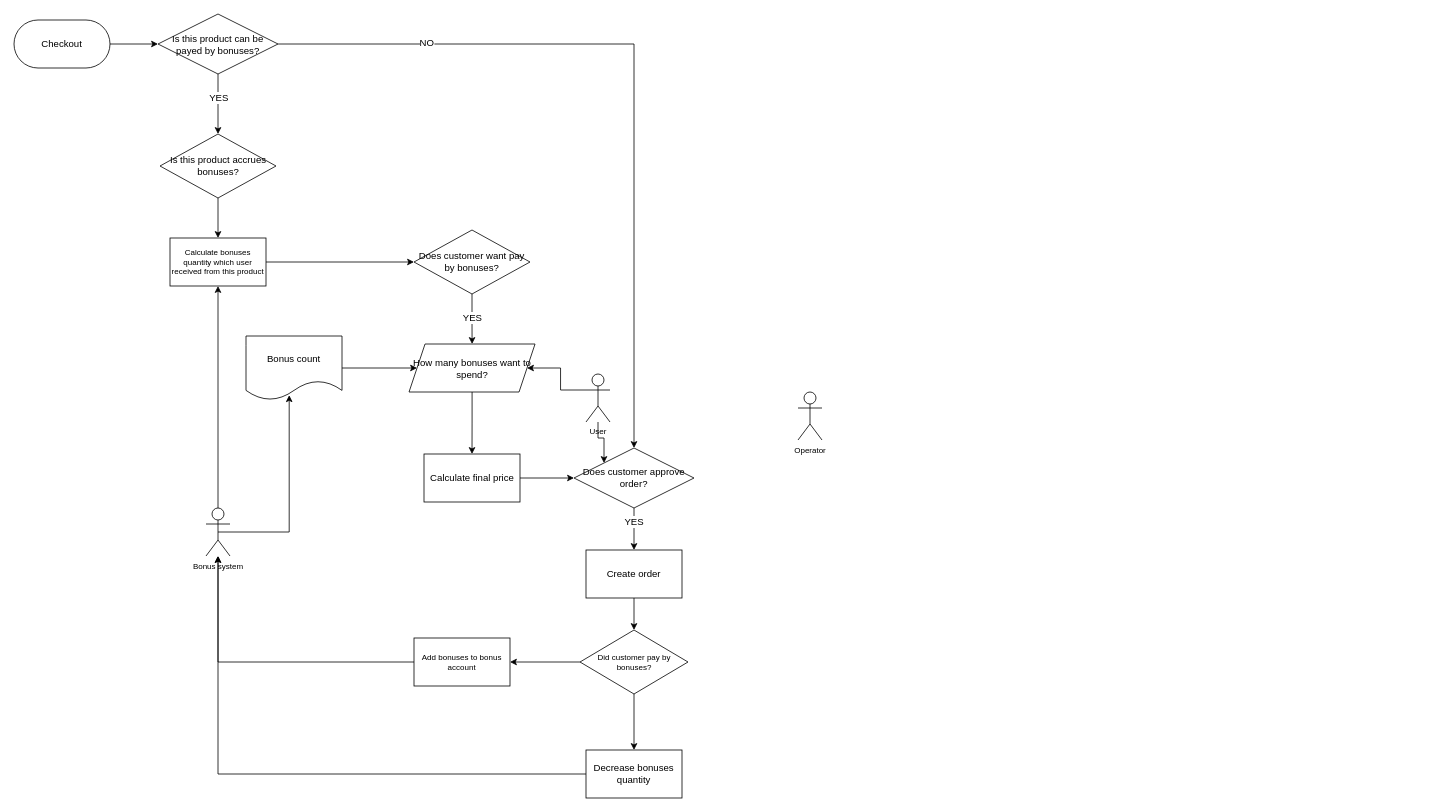
Earlier version of the draw.io diagram block.drawio (incfl0w/drawio). Source tidied: cells renumbered, new cells numbered last; positions are measured from the earlier drawing's top-left corner, leaving out a move shared by most shapes. Both pictures are drawn from the tidied source at 80%, with x=0, y=0 at pixel (14, 14).
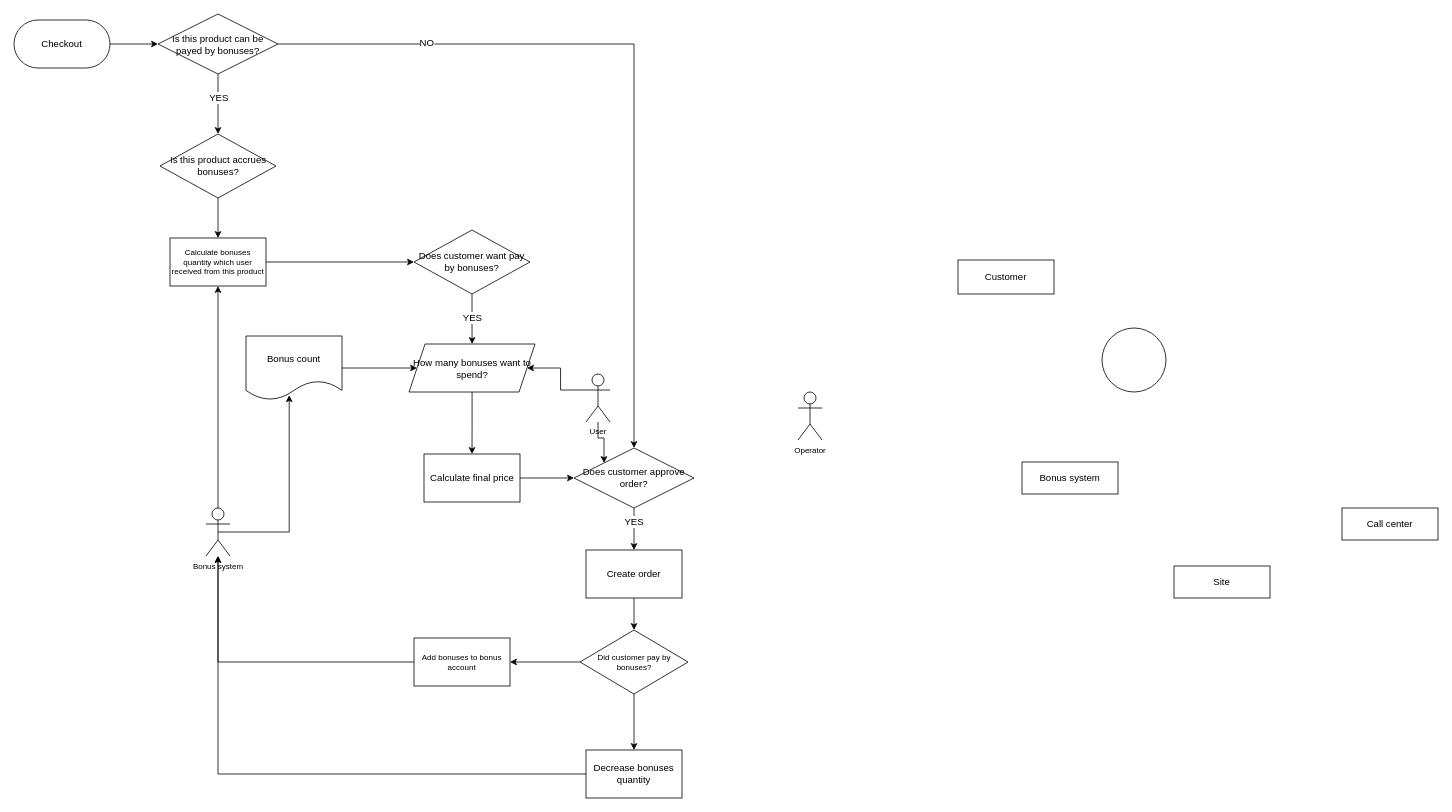
The same diagram, later.

Change to the diagram source:
```diff
@@
+    <mxCell id="41" value="Customer" style="rounded=0;whiteSpace=wrap;html=1;fontSize=12;" parent="1" vertex="1">
+      <mxGeometry x="1180" y="307.5" width="120" height="42.5" as="geometry" />
+    </mxCell>
+    <mxCell id="42" style="ellipse;whiteSpace=wrap;html=1;fontSize=12;" parent="1" vertex="1">
+      <mxGeometry x="1360" y="392.5" width="80" height="80" as="geometry" />
+    </mxCell>
+    <mxCell id="43" value="Bonus system" style="rounded=0;whiteSpace=wrap;html=1;fontSize=12;" parent="1" vertex="1">
+      <mxGeometry x="1260" y="560" width="120" height="40" as="geometry" />
+    </mxCell>
+    <mxCell id="44" value="Call center" style="rounded=0;whiteSpace=wrap;html=1;fontSize=12;" parent="1" vertex="1">
+      <mxGeometry x="1660" y="617.5" width="120" height="40" as="geometry" />
+    </mxCell>
+    <mxCell id="45" value="Site" style="rounded=0;whiteSpace=wrap;html=1;fontSize=12;" parent="1" vertex="1">
+      <mxGeometry x="1450" y="690" width="120" height="40" as="geometry" />
+    </mxCell>
```
